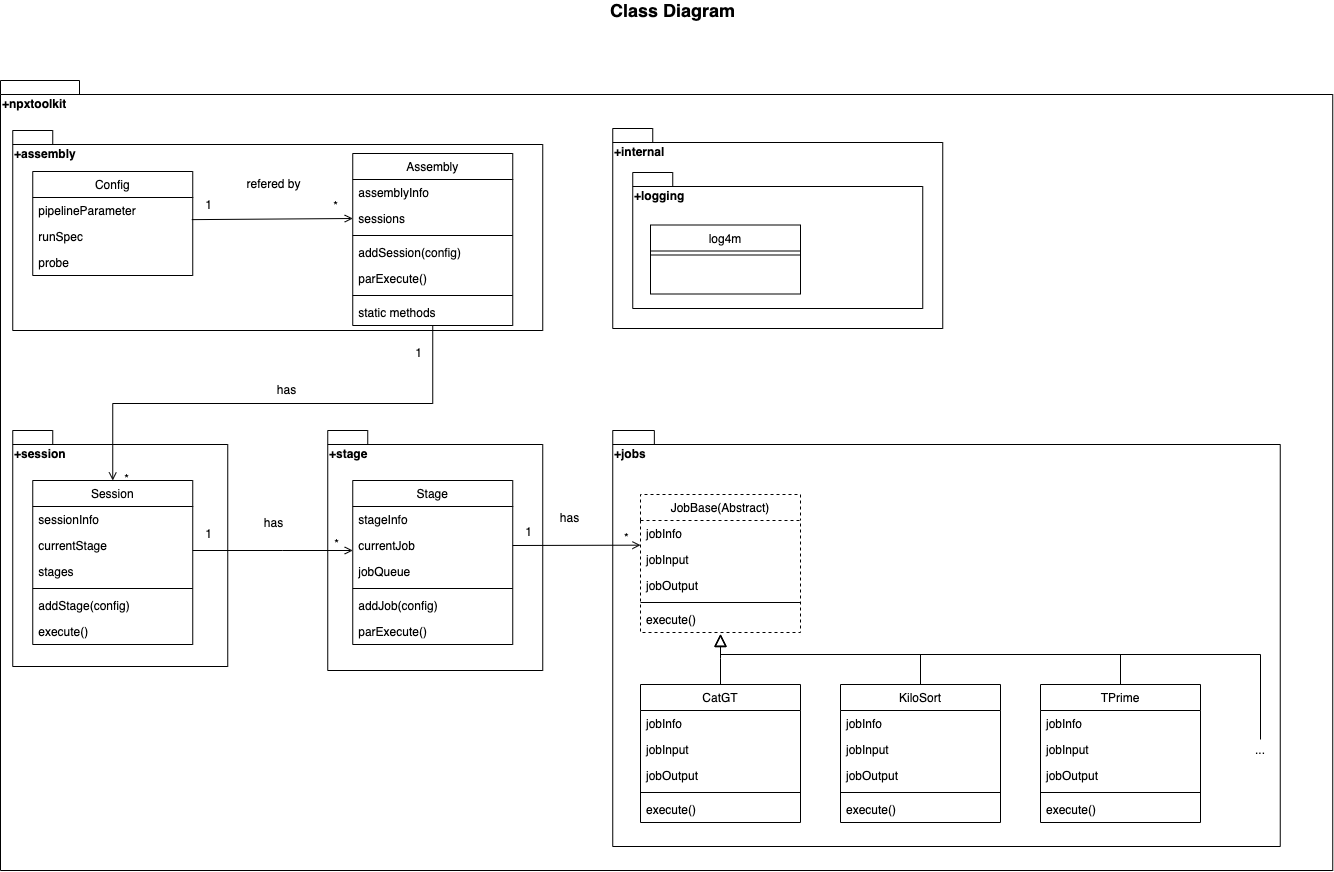
The draw.io diagram docs/class_diagram.drawio.png in MATLAB-Community-Toolboxes-at-INCF/neuropixels-toolkit, before a commit. Source tidied: cells renumbered, new cells last; positions are measured from the earlier drawing's top-left corner, leaving out a move shared by most shapes.
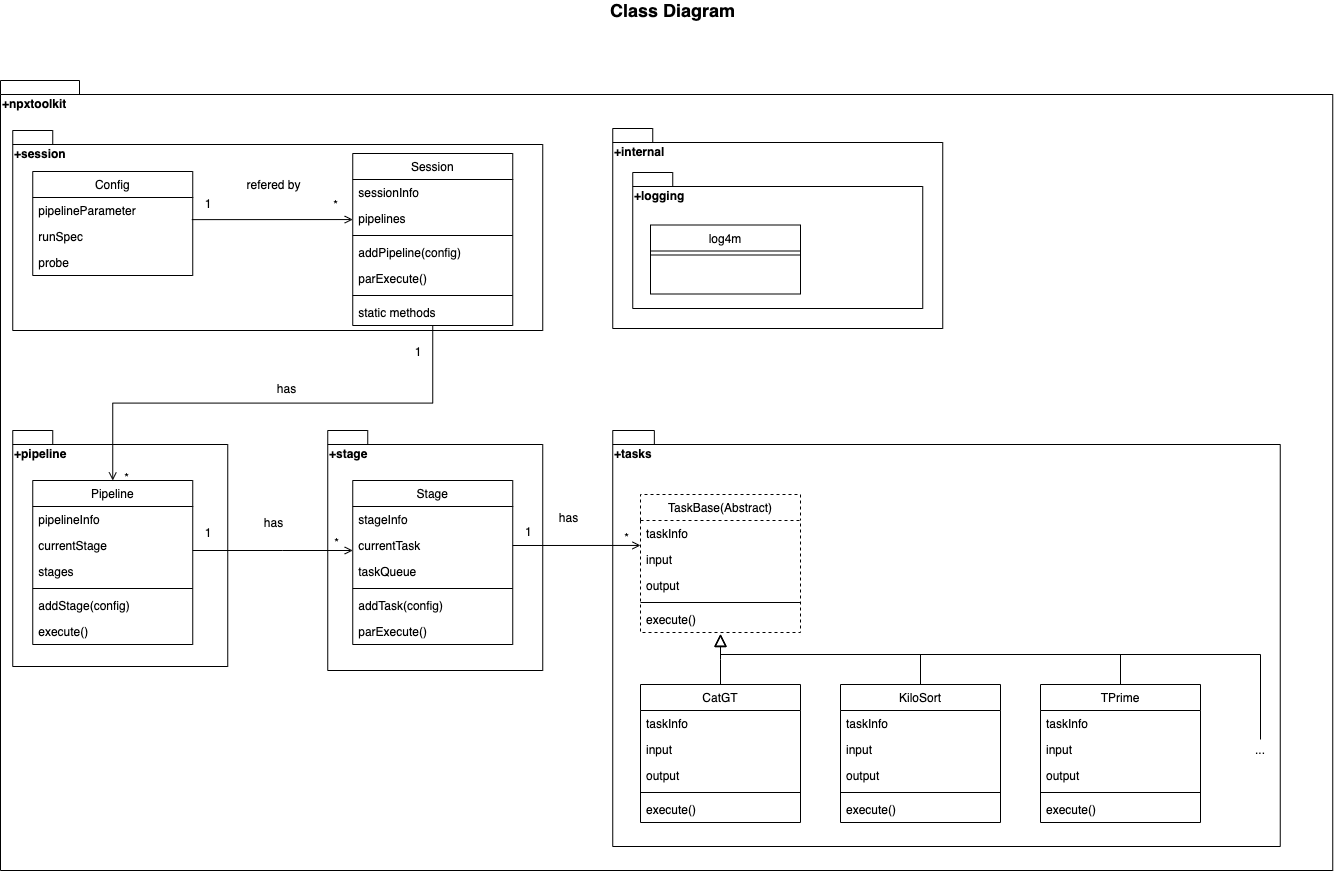
Above is the later version.

Change to the diagram source:
```diff
@@ -5,13 +5,13 @@
     <mxCell id="2" value="+npxtoolkit&lt;span style=&quot;color: rgba(0 , 0 , 0 , 0) ; font-family: monospace ; font-size: 0px ; font-weight: 400&quot;&gt;%3CmxGraphModel%3E%3Croot%3E%3CmxCell%20id%3D%220%22%2F%3E%3CmxCell%20id%3D%221%22%20parent%3D%220%22%2F%3E%3CmxCell%20id%3D%222%22%20value%3D%22%2Bpipeline%22%20style%3D%22shape%3Dfolder%3BfontStyle%3D1%3BspacingTop%3D10%3BtabWidth%3D40%3BtabHeight%3D14%3BtabPosition%3Dleft%3Bhtml%3D1%3BverticalAlign%3Dtop%3Balign%3Dleft%3B%22%20vertex%3D%221%22%20parent%3D%221%22%3E%3CmxGeometry%20x%3D%22-10%22%20y%3D%22-20%22%20width%3D%22250%22%20height%3D%22430%22%20as%3D%22geometry%22%2F%3E%3C%2FmxCell%3E%3C%2Froot%3E%3C%2FmxGraphMode&lt;/span&gt;" style="shape=folder;fontStyle=1;spacingTop=10;tabWidth=40;tabHeight=14;tabPosition=left;html=1;verticalAlign=top;align=left;" parent="1" vertex="1">
       <mxGeometry y="80" width="1332.2" height="790" as="geometry" />
     </mxCell>
-    <mxCell id="3" value="+session&lt;span style=&quot;color: rgba(0 , 0 , 0 , 0) ; font-family: monospace ; font-size: 0px ; font-weight: 400&quot;&gt;%3CmxGraphModel%3E%3Croot%3E%3CmxCell%20id%3D%220%22%2F%3E%3CmxCell%20id%3D%221%22%20parent%3D%220%22%2F%3E%3CmxCell%20id%3D%222%22%20value%3D%22%2Bpipeline%22%20style%3D%22shape%3Dfolder%3BfontStyle%3D1%3BspacingTop%3D10%3BtabWidth%3D40%3BtabHeight%3D14%3BtabPosition%3Dleft%3Bhtml%3D1%3BverticalAlign%3Dtop%3Balign%3Dleft%3B%22%20vertex%3D%221%22%20parent%3D%221%22%3E%3CmxGeometry%20x%3D%22-10%22%20y%3D%22-20%22%20width%3D%22250%22%20height%3D%22430%22%20as%3D%22geometry%22%2F%3E%3C%2FmxCell%3E%3C%2Froot%3E%3C%2FmxGraphModel&lt;/span&gt;" style="shape=folder;fontStyle=1;spacingTop=10;tabWidth=40;tabHeight=14;tabPosition=left;html=1;verticalAlign=top;align=left;" parent="1" vertex="1">
+    <mxCell id="3" value="+pipeline&lt;span style=&quot;color: rgba(0 , 0 , 0 , 0) ; font-family: monospace ; font-size: 0px ; font-weight: 400&quot;&gt;%3CmxGraphModel%3E%3Croot%3E%3CmxCell%20id%3D%220%22%2F%3E%3CmxCell%20id%3D%221%22%20parent%3D%220%22%2F%3E%3CmxCell%20id%3D%222%22%20value%3D%22%2Bpipeline%22%20style%3D%22shape%3Dfolder%3BfontStyle%3D1%3BspacingTop%3D10%3BtabWidth%3D40%3BtabHeight%3D14%3BtabPosition%3Dleft%3Bhtml%3D1%3BverticalAlign%3Dtop%3Balign%3Dleft%3B%22%20vertex%3D%221%22%20parent%3D%221%22%3E%3CmxGeometry%20x%3D%22-10%22%20y%3D%22-20%22%20width%3D%22250%22%20height%3D%22430%22%20as%3D%22geometry%22%2F%3E%3C%2FmxCell%3E%3C%2Froot%3E%3C%2FmxGraphMod&lt;/span&gt;" style="shape=folder;fontStyle=1;spacingTop=10;tabWidth=40;tabHeight=14;tabPosition=left;html=1;verticalAlign=top;align=left;" parent="1" vertex="1">
       <mxGeometry x="12.2" y="430" width="215" height="236" as="geometry" />
     </mxCell>
     <mxCell id="4" value="+stage&lt;span style=&quot;color: rgba(0 , 0 , 0 , 0) ; font-family: monospace ; font-size: 0px ; font-weight: 400&quot;&gt;%3CmxGraphModel%3E%3Croot%3E%3CmxCell%20id%3D%220%22%2F%3E%3CmxCell%20id%3D%221%22%20parent%3D%220%22%2F%3E%3CmxCell%20id%3D%222%22%20value%3D%22%2Bpipeline%22%20style%3D%22shape%3Dfolder%3BfontStyle%3D1%3BspacingTop%3D10%3BtabWidth%3D40%3BtabHeight%3D14%3BtabPosition%3Dleft%3Bhtml%3D1%3BverticalAlign%3Dtop%3Balign%3Dleft%3B%22%20vertex%3D%221%22%20parent%3D%221%22%3E%3CmxGeometry%20x%3D%22-10%22%20y%3D%22-20%22%20width%3D%22250%22%20height%3D%22430%22%20as%3D%22geometry%22%2F%3E%3C%2FmxCell%3E%3C%2Froot%3E%3C%2FmxGraphModel%3E&lt;/span&gt;" style="shape=folder;fontStyle=1;spacingTop=10;tabWidth=40;tabHeight=14;tabPosition=left;html=1;verticalAlign=top;align=left;" parent="1" vertex="1">
       <mxGeometry x="327.2" y="430" width="215" height="240" as="geometry" />
     </mxCell>
-    <mxCell id="5" value="+assembly" style="shape=folder;fontStyle=1;spacingTop=10;tabWidth=40;tabHeight=14;tabPosition=left;html=1;verticalAlign=top;align=left;" parent="1" vertex="1">
+    <mxCell id="5" value="+session" style="shape=folder;fontStyle=1;spacingTop=10;tabWidth=40;tabHeight=14;tabPosition=left;html=1;verticalAlign=top;align=left;" parent="1" vertex="1">
       <mxGeometry x="12.2" y="130" width="530" height="200" as="geometry" />
     </mxCell>
     <mxCell id="6" value="Class Diagram" style="text;html=1;strokeColor=none;fillColor=none;align=center;verticalAlign=middle;whiteSpace=wrap;rounded=0;fontStyle=1;fontSize=18;" parent="1" vertex="1">
@@ -29,19 +29,19 @@
     <mxCell id="10" value="probe" style="text;align=left;verticalAlign=top;spacingLeft=4;spacingRight=4;overflow=hidden;rounded=0;shadow=0;html=0;" parent="7" vertex="1">
       <mxGeometry y="78" width="160" height="26" as="geometry" />
     </mxCell>
-    <mxCell id="11" value="Assembly" style="swimlane;fontStyle=0;align=center;verticalAlign=top;horizontal=1;startSize=26;rounded=0;shadow=0;strokeWidth=1;" parent="1" vertex="1">
+    <mxCell id="11" value="Session" style="swimlane;fontStyle=0;align=center;verticalAlign=top;horizontal=1;startSize=26;rounded=0;shadow=0;strokeWidth=1;" parent="1" vertex="1">
       <mxGeometry x="352.2" y="153" width="160" height="172" as="geometry" />
     </mxCell>
-    <mxCell id="12" value="assemblyInfo" style="text;align=left;verticalAlign=top;spacingLeft=4;spacingRight=4;overflow=hidden;rounded=0;shadow=0;html=0;" parent="11" vertex="1">
+    <mxCell id="12" value="sessionInfo" style="text;align=left;verticalAlign=top;spacingLeft=4;spacingRight=4;overflow=hidden;rounded=0;shadow=0;html=0;" parent="11" vertex="1">
       <mxGeometry y="26" width="160" height="26" as="geometry" />
     </mxCell>
-    <mxCell id="13" value="sessions" style="text;align=left;verticalAlign=top;spacingLeft=4;spacingRight=4;overflow=hidden;points=[[0,0.5],[1,0.5]];portConstraint=eastwest;rounded=0;shadow=0;html=0;" parent="11" vertex="1">
+    <mxCell id="13" value="pipelines" style="text;align=left;verticalAlign=top;spacingLeft=4;spacingRight=4;overflow=hidden;points=[[0,0.5],[1,0.5]];portConstraint=eastwest;rounded=0;shadow=0;html=0;" parent="11" vertex="1">
       <mxGeometry y="52" width="160" height="26" as="geometry" />
     </mxCell>
     <mxCell id="14" style="line;html=1;strokeWidth=1;align=left;verticalAlign=middle;spacingTop=-1;spacingLeft=3;spacingRight=3;labelPosition=right;" parent="11" vertex="1">
       <mxGeometry y="78" width="160" height="8" as="geometry" />
     </mxCell>
-    <mxCell id="15" value="addSession(config)" style="text;align=left;verticalAlign=top;spacingLeft=4;spacingRight=4;overflow=hidden;" parent="11" vertex="1">
+    <mxCell id="15" value="addPipeline(config)" style="text;align=left;verticalAlign=top;spacingLeft=4;spacingRight=4;overflow=hidden;" parent="11" vertex="1">
       <mxGeometry y="86" width="160" height="26" as="geometry" />
     </mxCell>
     <mxCell id="16" value="parExecute()" style="text;align=left;verticalAlign=top;spacingLeft=4;spacingRight=4;overflow=hidden;" parent="11" vertex="1">
@@ -53,10 +53,10 @@
     <mxCell id="18" value="static methods" style="text;align=left;verticalAlign=top;spacingLeft=4;spacingRight=4;overflow=hidden;" parent="11" vertex="1">
       <mxGeometry y="146" width="160" height="26" as="geometry" />
     </mxCell>
-    <mxCell id="19" value="Session" style="swimlane;fontStyle=0;align=center;verticalAlign=top;horizontal=1;startSize=26;rounded=0;shadow=0;strokeWidth=1;" parent="1" vertex="1">
+    <mxCell id="19" value="Pipeline" style="swimlane;fontStyle=0;align=center;verticalAlign=top;horizontal=1;startSize=26;rounded=0;shadow=0;strokeWidth=1;" parent="1" vertex="1">
       <mxGeometry x="32.2" y="480" width="160" height="164" as="geometry" />
     </mxCell>
-    <mxCell id="20" value="sessionInfo" style="text;align=left;verticalAlign=top;spacingLeft=4;spacingRight=4;overflow=hidden;rounded=0;shadow=0;html=0;" parent="19" vertex="1">
+    <mxCell id="20" value="pipelineInfo" style="text;align=left;verticalAlign=top;spacingLeft=4;spacingRight=4;overflow=hidden;rounded=0;shadow=0;html=0;" parent="19" vertex="1">
       <mxGeometry y="26" width="160" height="26" as="geometry" />
     </mxCell>
     <mxCell id="21" value="currentStage" style="text;align=left;verticalAlign=top;spacingLeft=4;spacingRight=4;overflow=hidden;rounded=0;shadow=0;html=0;" parent="19" vertex="1">
@@ -80,16 +80,16 @@
     <mxCell id="27" value="stageInfo" style="text;align=left;verticalAlign=top;spacingLeft=4;spacingRight=4;overflow=hidden;rounded=0;shadow=0;html=0;" parent="26" vertex="1">
       <mxGeometry y="26" width="160" height="26" as="geometry" />
     </mxCell>
-    <mxCell id="28" value="currentJob" style="text;align=left;verticalAlign=top;spacingLeft=4;spacingRight=4;overflow=hidden;points=[[0,0.5],[1,0.5]];portConstraint=eastwest;rounded=0;shadow=0;html=0;" parent="26" vertex="1">
+    <mxCell id="28" value="currentTask" style="text;align=left;verticalAlign=top;spacingLeft=4;spacingRight=4;overflow=hidden;points=[[0,0.5],[1,0.5]];portConstraint=eastwest;rounded=0;shadow=0;html=0;" parent="26" vertex="1">
       <mxGeometry y="52" width="160" height="26" as="geometry" />
     </mxCell>
-    <mxCell id="29" value="jobQueue" style="text;align=left;verticalAlign=top;spacingLeft=4;spacingRight=4;overflow=hidden;rounded=0;shadow=0;html=0;" parent="26" vertex="1">
+    <mxCell id="29" value="taskQueue" style="text;align=left;verticalAlign=top;spacingLeft=4;spacingRight=4;overflow=hidden;rounded=0;shadow=0;html=0;" parent="26" vertex="1">
       <mxGeometry y="78" width="160" height="26" as="geometry" />
     </mxCell>
     <mxCell id="30" style="line;html=1;strokeWidth=1;align=left;verticalAlign=middle;spacingTop=-1;spacingLeft=3;spacingRight=3;labelPosition=right;" parent="26" vertex="1">
       <mxGeometry y="104" width="160" height="8" as="geometry" />
     </mxCell>
-    <mxCell id="31" value="addJob(config)" style="text;align=left;verticalAlign=top;spacingLeft=4;spacingRight=4;overflow=hidden;" parent="26" vertex="1">
+    <mxCell id="31" value="addTask(config)" style="text;align=left;verticalAlign=top;spacingLeft=4;spacingRight=4;overflow=hidden;" parent="26" vertex="1">
       <mxGeometry y="112" width="160" height="26" as="geometry" />
     </mxCell>
     <mxCell id="32" value="parExecute()" style="text;align=left;verticalAlign=top;spacingLeft=4;spacingRight=4;overflow=hidden;" parent="26" vertex="1">
@@ -160,19 +160,19 @@
         <mxPoint x="-40" y="20" as="offset" />
       </mxGeometry>
     </mxCell>
-    <mxCell id="45" value="+jobs&lt;span style=&quot;color: rgba(0 , 0 , 0 , 0) ; font-family: monospace ; font-size: 0px ; font-weight: 400&quot;&gt;%3CmxGraphModel%3E%3Croot%3E%3CmxCell%20id%3D%220%22%2F%3E%3CmxCell%20id%3D%221%22%20parent%3D%220%22%2F%3E%3CmxCell%20id%3D%222%22%20value%3D%22%2Bpipeline%22%20style%3D%22shape%3Dfolder%3BfontStyle%3D1%3BspacingTop%3D10%3BtabWidth%3D40%3BtabHeight%3D14%3BtabPosition%3Dleft%3Bhtml%3D1%3BverticalAlign%3Dtop%3Balign%3Dleft%3B%22%20vertex%3D%221%22%20parent%3D%221%22%3E%3CmxGeometry%20x%3D%22-10%22%20y%3D%22-20%22%20width%3D%22250%22%20height%3D%22430%22%20as%3D%22geometry%22%2F%3E%3C%2FmxCell%3E%3C%2Froot%3E%3C%2FmxGraphModel%3&lt;/span&gt;" style="shape=folder;fontStyle=1;spacingTop=10;tabWidth=40;tabHeight=14;tabPosition=left;html=1;verticalAlign=top;align=left;" parent="1" vertex="1">
+    <mxCell id="45" value="+tasks&lt;span style=&quot;color: rgba(0 , 0 , 0 , 0) ; font-family: monospace ; font-size: 0px ; font-weight: 400&quot;&gt;%3CmxGraphModel%3E%3Croot%3E%3CmxCell%20id%3D%220%22%2F%3E%3CmxCell%20id%3D%221%22%20parent%3D%220%22%2F%3E%3CmxCell%20id%3D%222%22%20value%3D%22%2Bpipeline%22%20style%3D%22shape%3Dfolder%3BfontStyle%3D1%3BspacingTop%3D10%3BtabWidth%3D40%3BtabHeight%3D14%3BtabPosition%3Dleft%3Bhtml%3D1%3BverticalAlign%3Dtop%3Balign%3Dleft%3B%22%20vertex%3D%221%22%20parent%3D%221%22%3E%3CmxGeometry%20x%3D%22-10%22%20y%3D%22-20%22%20width%3D%22250%22%20height%3D%22430%22%20as%3D%22geometry%22%2F%3E%3C%2FmxCell%3E%3C%2Froot%3E%3C%2FmxGraphModel%3&lt;/span&gt;" style="shape=folder;fontStyle=1;spacingTop=10;tabWidth=40;tabHeight=14;tabPosition=left;html=1;verticalAlign=top;align=left;" parent="1" vertex="1">
       <mxGeometry x="612.2" y="430" width="667.5" height="416" as="geometry" />
     </mxCell>
-    <mxCell id="46" value="JobBase(Abstract)" style="swimlane;fontStyle=0;align=center;verticalAlign=top;horizontal=1;startSize=26;rounded=0;shadow=0;strokeWidth=1;dashed=1;" parent="1" vertex="1">
+    <mxCell id="46" value="TaskBase(Abstract)" style="swimlane;fontStyle=0;align=center;verticalAlign=top;horizontal=1;startSize=26;rounded=0;shadow=0;strokeWidth=1;dashed=1;" parent="1" vertex="1">
       <mxGeometry x="640" y="494" width="160" height="138" as="geometry" />
     </mxCell>
-    <mxCell id="47" value="jobInfo" style="text;align=left;verticalAlign=top;spacingLeft=4;spacingRight=4;overflow=hidden;rounded=0;shadow=0;html=0;" parent="46" vertex="1">
+    <mxCell id="47" value="taskInfo" style="text;align=left;verticalAlign=top;spacingLeft=4;spacingRight=4;overflow=hidden;rounded=0;shadow=0;html=0;" parent="46" vertex="1">
       <mxGeometry y="26" width="160" height="26" as="geometry" />
     </mxCell>
-    <mxCell id="48" value="jobInput" style="text;align=left;verticalAlign=top;spacingLeft=4;spacingRight=4;overflow=hidden;rounded=0;shadow=0;html=0;" parent="46" vertex="1">
+    <mxCell id="48" value="input" style="text;align=left;verticalAlign=top;spacingLeft=4;spacingRight=4;overflow=hidden;rounded=0;shadow=0;html=0;" parent="46" vertex="1">
       <mxGeometry y="52" width="160" height="26" as="geometry" />
     </mxCell>
-    <mxCell id="49" value="jobOutput" style="text;align=left;verticalAlign=top;spacingLeft=4;spacingRight=4;overflow=hidden;rounded=0;shadow=0;html=0;" parent="46" vertex="1">
+    <mxCell id="49" value="output" style="text;align=left;verticalAlign=top;spacingLeft=4;spacingRight=4;overflow=hidden;rounded=0;shadow=0;html=0;" parent="46" vertex="1">
       <mxGeometry y="78" width="160" height="26" as="geometry" />
     </mxCell>
     <mxCell id="50" style="line;html=1;strokeWidth=1;align=left;verticalAlign=middle;spacingTop=-1;spacingLeft=3;spacingRight=3;labelPosition=right;" parent="46" vertex="1">
@@ -184,13 +184,13 @@
     <mxCell id="52" value="CatGT" style="swimlane;fontStyle=0;align=center;verticalAlign=top;horizontal=1;startSize=26;rounded=0;shadow=0;strokeWidth=1;" parent="1" vertex="1">
       <mxGeometry x="640" y="684" width="160" height="138" as="geometry" />
     </mxCell>
-    <mxCell id="53" value="jobInfo" style="text;align=left;verticalAlign=top;spacingLeft=4;spacingRight=4;overflow=hidden;rounded=0;shadow=0;html=0;" parent="52" vertex="1">
+    <mxCell id="53" value="taskInfo" style="text;align=left;verticalAlign=top;spacingLeft=4;spacingRight=4;overflow=hidden;rounded=0;shadow=0;html=0;" parent="52" vertex="1">
       <mxGeometry y="26" width="160" height="26" as="geometry" />
     </mxCell>
-    <mxCell id="54" value="jobInput" style="text;align=left;verticalAlign=top;spacingLeft=4;spacingRight=4;overflow=hidden;rounded=0;shadow=0;html=0;" parent="52" vertex="1">
+    <mxCell id="54" value="input" style="text;align=left;verticalAlign=top;spacingLeft=4;spacingRight=4;overflow=hidden;rounded=0;shadow=0;html=0;" parent="52" vertex="1">
       <mxGeometry y="52" width="160" height="26" as="geometry" />
     </mxCell>
-    <mxCell id="55" value="jobOutput" style="text;align=left;verticalAlign=top;spacingLeft=4;spacingRight=4;overflow=hidden;rounded=0;shadow=0;html=0;" parent="52" vertex="1">
+    <mxCell id="55" value="output" style="text;align=left;verticalAlign=top;spacingLeft=4;spacingRight=4;overflow=hidden;rounded=0;shadow=0;html=0;" parent="52" vertex="1">
       <mxGeometry y="78" width="160" height="26" as="geometry" />
     </mxCell>
     <mxCell id="56" style="line;html=1;strokeWidth=1;align=left;verticalAlign=middle;spacingTop=-1;spacingLeft=3;spacingRight=3;labelPosition=right;" parent="52" vertex="1">
@@ -202,13 +202,13 @@
     <mxCell id="58" value="KiloSort" style="swimlane;fontStyle=0;align=center;verticalAlign=top;horizontal=1;startSize=26;rounded=0;shadow=0;strokeWidth=1;" parent="1" vertex="1">
       <mxGeometry x="840" y="684" width="160" height="138" as="geometry" />
     </mxCell>
-    <mxCell id="59" value="jobInfo" style="text;align=left;verticalAlign=top;spacingLeft=4;spacingRight=4;overflow=hidden;rounded=0;shadow=0;html=0;" parent="58" vertex="1">
+    <mxCell id="59" value="taskInfo" style="text;align=left;verticalAlign=top;spacingLeft=4;spacingRight=4;overflow=hidden;rounded=0;shadow=0;html=0;" parent="58" vertex="1">
       <mxGeometry y="26" width="160" height="26" as="geometry" />
     </mxCell>
-    <mxCell id="60" value="jobInput" style="text;align=left;verticalAlign=top;spacingLeft=4;spacingRight=4;overflow=hidden;rounded=0;shadow=0;html=0;" parent="58" vertex="1">
+    <mxCell id="60" value="input" style="text;align=left;verticalAlign=top;spacingLeft=4;spacingRight=4;overflow=hidden;rounded=0;shadow=0;html=0;" parent="58" vertex="1">
       <mxGeometry y="52" width="160" height="26" as="geometry" />
     </mxCell>
-    <mxCell id="61" value="jobOutput" style="text;align=left;verticalAlign=top;spacingLeft=4;spacingRight=4;overflow=hidden;rounded=0;shadow=0;html=0;" parent="58" vertex="1">
+    <mxCell id="61" value="output" style="text;align=left;verticalAlign=top;spacingLeft=4;spacingRight=4;overflow=hidden;rounded=0;shadow=0;html=0;" parent="58" vertex="1">
       <mxGeometry y="78" width="160" height="26" as="geometry" />
     </mxCell>
     <mxCell id="62" style="line;html=1;strokeWidth=1;align=left;verticalAlign=middle;spacingTop=-1;spacingLeft=3;spacingRight=3;labelPosition=right;" parent="58" vertex="1">
@@ -220,13 +220,13 @@
     <mxCell id="64" value="TPrime" style="swimlane;fontStyle=0;align=center;verticalAlign=top;horizontal=1;startSize=26;rounded=0;shadow=0;strokeWidth=1;" parent="1" vertex="1">
       <mxGeometry x="1040" y="684" width="160" height="138" as="geometry" />
     </mxCell>
-    <mxCell id="65" value="jobInfo" style="text;align=left;verticalAlign=top;spacingLeft=4;spacingRight=4;overflow=hidden;rounded=0;shadow=0;html=0;" parent="64" vertex="1">
+    <mxCell id="65" value="taskInfo" style="text;align=left;verticalAlign=top;spacingLeft=4;spacingRight=4;overflow=hidden;rounded=0;shadow=0;html=0;" parent="64" vertex="1">
       <mxGeometry y="26" width="160" height="26" as="geometry" />
     </mxCell>
-    <mxCell id="66" value="jobInput" style="text;align=left;verticalAlign=top;spacingLeft=4;spacingRight=4;overflow=hidden;rounded=0;shadow=0;html=0;" parent="64" vertex="1">
+    <mxCell id="66" value="input" style="text;align=left;verticalAlign=top;spacingLeft=4;spacingRight=4;overflow=hidden;rounded=0;shadow=0;html=0;" parent="64" vertex="1">
       <mxGeometry y="52" width="160" height="26" as="geometry" />
     </mxCell>
-    <mxCell id="67" value="jobOutput" style="text;align=left;verticalAlign=top;spacingLeft=4;spacingRight=4;overflow=hidden;rounded=0;shadow=0;html=0;" parent="64" vertex="1">
+    <mxCell id="67" value="output" style="text;align=left;verticalAlign=top;spacingLeft=4;spacingRight=4;overflow=hidden;rounded=0;shadow=0;html=0;" parent="64" vertex="1">
       <mxGeometry y="78" width="160" height="26" as="geometry" />
     </mxCell>
     <mxCell id="68" style="line;html=1;strokeWidth=1;align=left;verticalAlign=middle;spacingTop=-1;spacingLeft=3;spacingRight=3;labelPosition=right;" parent="64" vertex="1">
```
